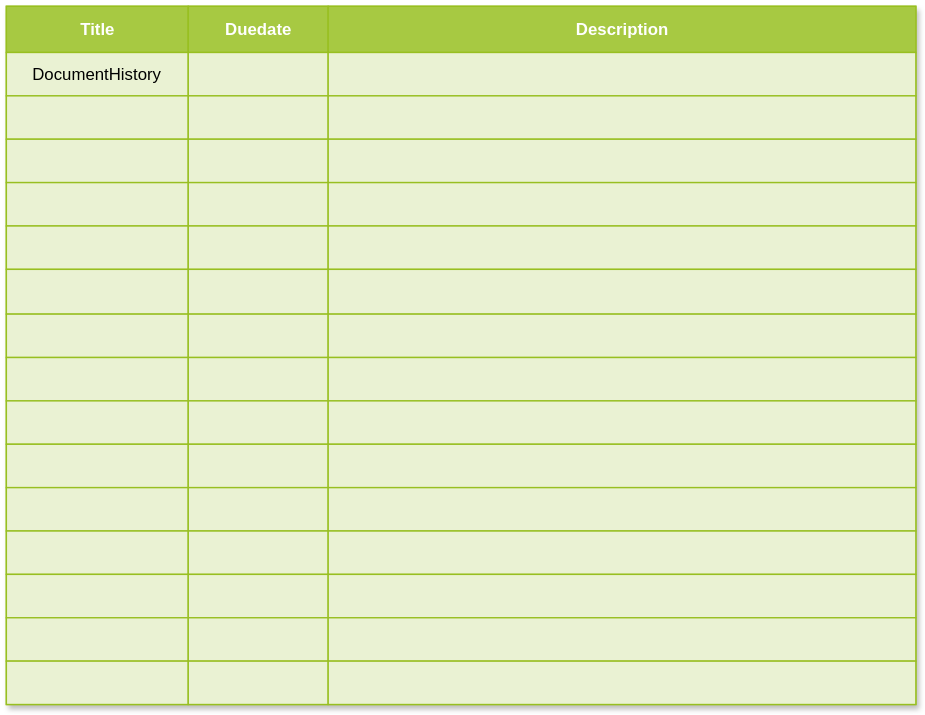
The draw.io diagram documents/Planner.svg in cjungwo/CommUni, before a commit. Source tidied: cells renumbered, new cells last; positions are measured from the earlier drawing's top-left corner, leaving out a move shared by most shapes.
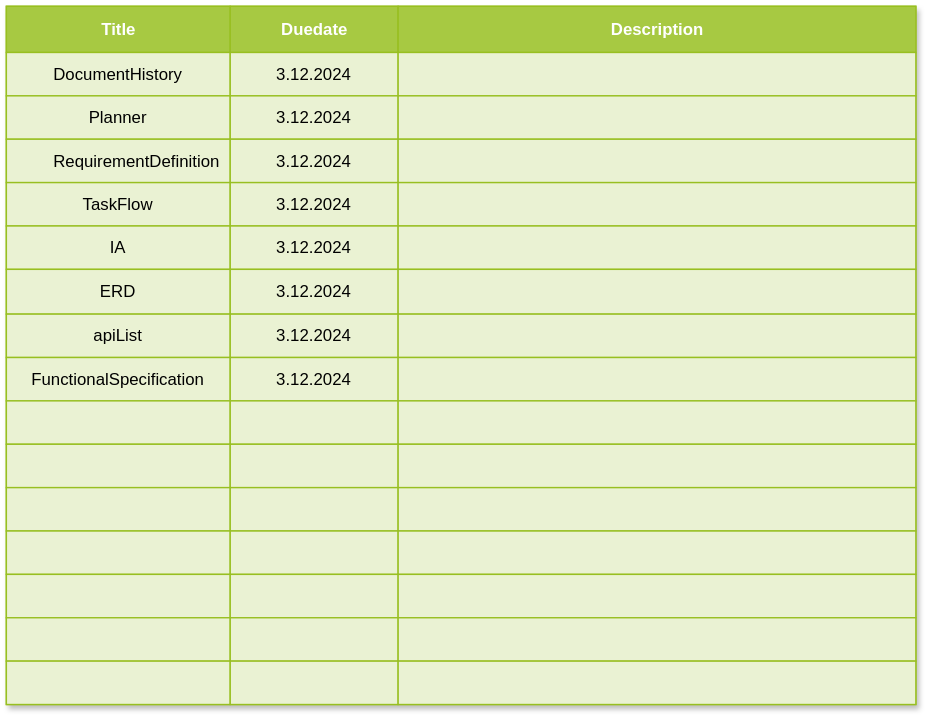
After the commit.

What changed in the source:
```diff
@@ -9,193 +9,193 @@
       <mxGeometry width="650" height="33" as="geometry" />
     </mxCell>
     <mxCell id="4" value="Title" style="strokeColor=inherit;fillColor=#A7C942;align=center;fontStyle=1;fontColor=#FFFFFF;html=1;" parent="3" vertex="1">
-      <mxGeometry width="130" height="33" as="geometry" />
+      <mxGeometry width="160" height="33" as="geometry" />
     </mxCell>
     <mxCell id="5" value="Duedate" style="strokeColor=inherit;fillColor=#A7C942;align=center;fontStyle=1;fontColor=#FFFFFF;html=1;" parent="3" vertex="1">
-      <mxGeometry x="130" width="100" height="33" as="geometry" />
+      <mxGeometry x="160" width="120" height="33" as="geometry" />
     </mxCell>
     <mxCell id="6" value="Description" style="strokeColor=inherit;fillColor=#A7C942;align=center;fontStyle=1;fontColor=#FFFFFF;html=1;" parent="3" vertex="1">
-      <mxGeometry x="230" width="420" height="33" as="geometry" />
+      <mxGeometry x="280" width="370" height="33" as="geometry" />
     </mxCell>
     <mxCell id="7" style="shape=tableRow;horizontal=0;startSize=0;swimlaneHead=0;swimlaneBody=0;top=0;left=0;bottom=0;right=0;fontStyle=1;strokeColor=inherit;fillColor=#EAF2D3;" parent="2" vertex="1">
       <mxGeometry y="33" width="650" height="31" as="geometry" />
     </mxCell>
     <mxCell id="8" value="DocumentHistory" style="strokeColor=inherit;fillColor=inherit;whiteSpace=wrap;html=1;" parent="7" vertex="1">
-      <mxGeometry width="130" height="31" as="geometry" />
+      <mxGeometry width="160" height="31" as="geometry" />
     </mxCell>
-    <mxCell id="9" style="strokeColor=inherit;fillColor=inherit;whiteSpace=wrap;html=1;" parent="7" vertex="1">
-      <mxGeometry x="130" width="100" height="31" as="geometry" />
+    <mxCell id="9" value="3.12.2024" style="strokeColor=inherit;fillColor=inherit;whiteSpace=wrap;html=1;" parent="7" vertex="1">
+      <mxGeometry x="160" width="120" height="31" as="geometry" />
     </mxCell>
     <mxCell id="10" style="strokeColor=inherit;fillColor=inherit;whiteSpace=wrap;html=1;" parent="7" vertex="1">
-      <mxGeometry x="230" width="420" height="31" as="geometry" />
+      <mxGeometry x="280" width="370" height="31" as="geometry" />
     </mxCell>
     <mxCell id="11" style="shape=tableRow;horizontal=0;startSize=0;swimlaneHead=0;swimlaneBody=0;top=0;left=0;bottom=0;right=0;fontStyle=1;strokeColor=inherit;fillColor=#EAF2D3;" parent="2" vertex="1">
       <mxGeometry y="64" width="650" height="31" as="geometry" />
     </mxCell>
-    <mxCell id="12" style="strokeColor=inherit;fillColor=inherit;whiteSpace=wrap;html=1;" parent="11" vertex="1">
-      <mxGeometry width="130" height="31" as="geometry" />
+    <mxCell id="12" value="Planner" style="strokeColor=inherit;fillColor=inherit;whiteSpace=wrap;html=1;" parent="11" vertex="1">
+      <mxGeometry width="160" height="31" as="geometry" />
     </mxCell>
-    <mxCell id="13" style="strokeColor=inherit;fillColor=inherit;whiteSpace=wrap;html=1;" parent="11" vertex="1">
-      <mxGeometry x="130" width="100" height="31" as="geometry" />
+    <mxCell id="13" value="3.12.2024" style="strokeColor=inherit;fillColor=inherit;whiteSpace=wrap;html=1;" parent="11" vertex="1">
+      <mxGeometry x="160" width="120" height="31" as="geometry" />
     </mxCell>
     <mxCell id="14" style="strokeColor=inherit;fillColor=inherit;whiteSpace=wrap;html=1;" parent="11" vertex="1">
-      <mxGeometry x="230" width="420" height="31" as="geometry" />
+      <mxGeometry x="280" width="370" height="31" as="geometry" />
     </mxCell>
     <mxCell id="15" style="shape=tableRow;horizontal=0;startSize=0;swimlaneHead=0;swimlaneBody=0;top=0;left=0;bottom=0;right=0;fontStyle=1;strokeColor=inherit;fillColor=#EAF2D3;" parent="2" vertex="1">
       <mxGeometry y="95" width="650" height="31" as="geometry" />
     </mxCell>
-    <mxCell id="16" style="strokeColor=inherit;fillColor=inherit;whiteSpace=wrap;html=1;" parent="15" vertex="1">
-      <mxGeometry width="130" height="31" as="geometry" />
+    <mxCell id="16" value="&lt;span style=&quot;white-space: pre;&quot;&gt;&#9;RequirementDefinition&lt;/span&gt;" style="strokeColor=inherit;fillColor=inherit;whiteSpace=wrap;html=1;" parent="15" vertex="1">
+      <mxGeometry width="160" height="31" as="geometry" />
     </mxCell>
-    <mxCell id="17" style="strokeColor=inherit;fillColor=inherit;whiteSpace=wrap;html=1;" parent="15" vertex="1">
-      <mxGeometry x="130" width="100" height="31" as="geometry" />
+    <mxCell id="17" value="3.12.2024" style="strokeColor=inherit;fillColor=inherit;whiteSpace=wrap;html=1;" parent="15" vertex="1">
+      <mxGeometry x="160" width="120" height="31" as="geometry" />
     </mxCell>
     <mxCell id="18" style="strokeColor=inherit;fillColor=inherit;whiteSpace=wrap;html=1;" parent="15" vertex="1">
-      <mxGeometry x="230" width="420" height="31" as="geometry" />
+      <mxGeometry x="280" width="370" height="31" as="geometry" />
     </mxCell>
     <mxCell id="19" style="shape=tableRow;horizontal=0;startSize=0;swimlaneHead=0;swimlaneBody=0;top=0;left=0;bottom=0;right=0;fontStyle=1;strokeColor=inherit;fillColor=#EAF2D3;" parent="2" vertex="1">
       <mxGeometry y="126" width="650" height="31" as="geometry" />
     </mxCell>
-    <mxCell id="20" style="strokeColor=inherit;fillColor=inherit;whiteSpace=wrap;html=1;" parent="19" vertex="1">
-      <mxGeometry width="130" height="31" as="geometry" />
+    <mxCell id="20" value="TaskFlow" style="strokeColor=inherit;fillColor=inherit;whiteSpace=wrap;html=1;" parent="19" vertex="1">
+      <mxGeometry width="160" height="31" as="geometry" />
     </mxCell>
-    <mxCell id="21" style="strokeColor=inherit;fillColor=inherit;whiteSpace=wrap;html=1;" parent="19" vertex="1">
-      <mxGeometry x="130" width="100" height="31" as="geometry" />
+    <mxCell id="21" value="3.12.2024" style="strokeColor=inherit;fillColor=inherit;whiteSpace=wrap;html=1;" parent="19" vertex="1">
+      <mxGeometry x="160" width="120" height="31" as="geometry" />
     </mxCell>
     <mxCell id="22" style="strokeColor=inherit;fillColor=inherit;whiteSpace=wrap;html=1;" parent="19" vertex="1">
-      <mxGeometry x="230" width="420" height="31" as="geometry" />
+      <mxGeometry x="280" width="370" height="31" as="geometry" />
     </mxCell>
     <mxCell id="23" style="shape=tableRow;horizontal=0;startSize=0;swimlaneHead=0;swimlaneBody=0;top=0;left=0;bottom=0;right=0;fontStyle=1;strokeColor=inherit;fillColor=#EAF2D3;" parent="2" vertex="1">
       <mxGeometry y="157" width="650" height="31" as="geometry" />
     </mxCell>
-    <mxCell id="24" style="strokeColor=inherit;fillColor=inherit;whiteSpace=wrap;html=1;" parent="23" vertex="1">
-      <mxGeometry width="130" height="31" as="geometry" />
+    <mxCell id="24" value="IA" style="strokeColor=inherit;fillColor=inherit;whiteSpace=wrap;html=1;" parent="23" vertex="1">
+      <mxGeometry width="160" height="31" as="geometry" />
     </mxCell>
-    <mxCell id="25" style="strokeColor=inherit;fillColor=inherit;whiteSpace=wrap;html=1;" parent="23" vertex="1">
-      <mxGeometry x="130" width="100" height="31" as="geometry" />
+    <mxCell id="25" value="3.12.2024" style="strokeColor=inherit;fillColor=inherit;whiteSpace=wrap;html=1;" parent="23" vertex="1">
+      <mxGeometry x="160" width="120" height="31" as="geometry" />
     </mxCell>
     <mxCell id="26" style="strokeColor=inherit;fillColor=inherit;whiteSpace=wrap;html=1;" parent="23" vertex="1">
-      <mxGeometry x="230" width="420" height="31" as="geometry" />
+      <mxGeometry x="280" width="370" height="31" as="geometry" />
     </mxCell>
     <mxCell id="27" style="shape=tableRow;horizontal=0;startSize=0;swimlaneHead=0;swimlaneBody=0;top=0;left=0;bottom=0;right=0;fontStyle=1;strokeColor=inherit;fillColor=#EAF2D3;" parent="2" vertex="1">
       <mxGeometry y="188" width="650" height="32" as="geometry" />
     </mxCell>
-    <mxCell id="28" style="strokeColor=inherit;fillColor=inherit;whiteSpace=wrap;html=1;" parent="27" vertex="1">
-      <mxGeometry width="130" height="32" as="geometry" />
+    <mxCell id="28" value="ERD" style="strokeColor=inherit;fillColor=inherit;whiteSpace=wrap;html=1;" parent="27" vertex="1">
+      <mxGeometry width="160" height="32" as="geometry" />
     </mxCell>
-    <mxCell id="29" style="strokeColor=inherit;fillColor=inherit;whiteSpace=wrap;html=1;" parent="27" vertex="1">
-      <mxGeometry x="130" width="100" height="32" as="geometry" />
+    <mxCell id="29" value="3.12.2024" style="strokeColor=inherit;fillColor=inherit;whiteSpace=wrap;html=1;" parent="27" vertex="1">
+      <mxGeometry x="160" width="120" height="32" as="geometry" />
     </mxCell>
     <mxCell id="30" style="strokeColor=inherit;fillColor=inherit;whiteSpace=wrap;html=1;" parent="27" vertex="1">
-      <mxGeometry x="230" width="420" height="32" as="geometry" />
+      <mxGeometry x="280" width="370" height="32" as="geometry" />
     </mxCell>
     <mxCell id="31" style="shape=tableRow;horizontal=0;startSize=0;swimlaneHead=0;swimlaneBody=0;top=0;left=0;bottom=0;right=0;fontStyle=1;strokeColor=inherit;fillColor=#EAF2D3;" parent="2" vertex="1">
       <mxGeometry y="220" width="650" height="31" as="geometry" />
     </mxCell>
-    <mxCell id="32" style="strokeColor=inherit;fillColor=inherit;whiteSpace=wrap;html=1;" parent="31" vertex="1">
-      <mxGeometry width="130" height="31" as="geometry" />
+    <mxCell id="32" value="apiList" style="strokeColor=inherit;fillColor=inherit;whiteSpace=wrap;html=1;" parent="31" vertex="1">
+      <mxGeometry width="160" height="31" as="geometry" />
     </mxCell>
-    <mxCell id="33" style="strokeColor=inherit;fillColor=inherit;whiteSpace=wrap;html=1;" parent="31" vertex="1">
-      <mxGeometry x="130" width="100" height="31" as="geometry" />
+    <mxCell id="33" value="3.12.2024" style="strokeColor=inherit;fillColor=inherit;whiteSpace=wrap;html=1;" parent="31" vertex="1">
+      <mxGeometry x="160" width="120" height="31" as="geometry" />
     </mxCell>
     <mxCell id="34" style="strokeColor=inherit;fillColor=inherit;whiteSpace=wrap;html=1;" parent="31" vertex="1">
-      <mxGeometry x="230" width="420" height="31" as="geometry" />
+      <mxGeometry x="280" width="370" height="31" as="geometry" />
     </mxCell>
     <mxCell id="35" style="shape=tableRow;horizontal=0;startSize=0;swimlaneHead=0;swimlaneBody=0;top=0;left=0;bottom=0;right=0;fontStyle=1;strokeColor=inherit;fillColor=#EAF2D3;" parent="2" vertex="1">
       <mxGeometry y="251" width="650" height="31" as="geometry" />
     </mxCell>
-    <mxCell id="36" style="strokeColor=inherit;fillColor=inherit;whiteSpace=wrap;html=1;" parent="35" vertex="1">
-      <mxGeometry width="130" height="31" as="geometry" />
+    <mxCell id="36" value="FunctionalSpecification" style="strokeColor=inherit;fillColor=inherit;whiteSpace=wrap;html=1;" parent="35" vertex="1">
+      <mxGeometry width="160" height="31" as="geometry" />
     </mxCell>
-    <mxCell id="37" style="strokeColor=inherit;fillColor=inherit;whiteSpace=wrap;html=1;" parent="35" vertex="1">
-      <mxGeometry x="130" width="100" height="31" as="geometry" />
+    <mxCell id="37" value="3.12.2024" style="strokeColor=inherit;fillColor=inherit;whiteSpace=wrap;html=1;" parent="35" vertex="1">
+      <mxGeometry x="160" width="120" height="31" as="geometry" />
     </mxCell>
     <mxCell id="38" style="strokeColor=inherit;fillColor=inherit;whiteSpace=wrap;html=1;" parent="35" vertex="1">
-      <mxGeometry x="230" width="420" height="31" as="geometry" />
+      <mxGeometry x="280" width="370" height="31" as="geometry" />
     </mxCell>
     <mxCell id="39" style="shape=tableRow;horizontal=0;startSize=0;swimlaneHead=0;swimlaneBody=0;top=0;left=0;bottom=0;right=0;fontStyle=1;strokeColor=inherit;fillColor=#EAF2D3;" parent="2" vertex="1">
       <mxGeometry y="282" width="650" height="31" as="geometry" />
     </mxCell>
     <mxCell id="40" style="strokeColor=inherit;fillColor=inherit;whiteSpace=wrap;html=1;" parent="39" vertex="1">
-      <mxGeometry width="130" height="31" as="geometry" />
+      <mxGeometry width="160" height="31" as="geometry" />
     </mxCell>
     <mxCell id="41" style="strokeColor=inherit;fillColor=inherit;whiteSpace=wrap;html=1;" parent="39" vertex="1">
-      <mxGeometry x="130" width="100" height="31" as="geometry" />
+      <mxGeometry x="160" width="120" height="31" as="geometry" />
     </mxCell>
     <mxCell id="42" style="strokeColor=inherit;fillColor=inherit;whiteSpace=wrap;html=1;" parent="39" vertex="1">
-      <mxGeometry x="230" width="420" height="31" as="geometry" />
+      <mxGeometry x="280" width="370" height="31" as="geometry" />
     </mxCell>
     <mxCell id="43" style="shape=tableRow;horizontal=0;startSize=0;swimlaneHead=0;swimlaneBody=0;top=0;left=0;bottom=0;right=0;fontStyle=1;strokeColor=inherit;fillColor=#EAF2D3;" parent="2" vertex="1">
       <mxGeometry y="313" width="650" height="31" as="geometry" />
     </mxCell>
     <mxCell id="44" style="strokeColor=inherit;fillColor=inherit;whiteSpace=wrap;html=1;" parent="43" vertex="1">
-      <mxGeometry width="130" height="31" as="geometry" />
+      <mxGeometry width="160" height="31" as="geometry" />
     </mxCell>
     <mxCell id="45" style="strokeColor=inherit;fillColor=inherit;whiteSpace=wrap;html=1;" parent="43" vertex="1">
-      <mxGeometry x="130" width="100" height="31" as="geometry" />
+      <mxGeometry x="160" width="120" height="31" as="geometry" />
     </mxCell>
     <mxCell id="46" style="strokeColor=inherit;fillColor=inherit;whiteSpace=wrap;html=1;" parent="43" vertex="1">
-      <mxGeometry x="230" width="420" height="31" as="geometry" />
+      <mxGeometry x="280" width="370" height="31" as="geometry" />
     </mxCell>
     <mxCell id="47" style="shape=tableRow;horizontal=0;startSize=0;swimlaneHead=0;swimlaneBody=0;top=0;left=0;bottom=0;right=0;fontStyle=1;strokeColor=inherit;fillColor=#EAF2D3;" parent="2" vertex="1">
       <mxGeometry y="344" width="650" height="31" as="geometry" />
     </mxCell>
     <mxCell id="48" style="strokeColor=inherit;fillColor=inherit;whiteSpace=wrap;html=1;" parent="47" vertex="1">
-      <mxGeometry width="130" height="31" as="geometry" />
+      <mxGeometry width="160" height="31" as="geometry" />
     </mxCell>
     <mxCell id="49" style="strokeColor=inherit;fillColor=inherit;whiteSpace=wrap;html=1;" parent="47" vertex="1">
-      <mxGeometry x="130" width="100" height="31" as="geometry" />
+      <mxGeometry x="160" width="120" height="31" as="geometry" />
     </mxCell>
     <mxCell id="50" style="strokeColor=inherit;fillColor=inherit;whiteSpace=wrap;html=1;" parent="47" vertex="1">
-      <mxGeometry x="230" width="420" height="31" as="geometry" />
+      <mxGeometry x="280" width="370" height="31" as="geometry" />
     </mxCell>
     <mxCell id="51" style="shape=tableRow;horizontal=0;startSize=0;swimlaneHead=0;swimlaneBody=0;top=0;left=0;bottom=0;right=0;fontStyle=1;strokeColor=inherit;fillColor=#EAF2D3;" parent="2" vertex="1">
       <mxGeometry y="375" width="650" height="31" as="geometry" />
     </mxCell>
     <mxCell id="52" style="strokeColor=inherit;fillColor=inherit;whiteSpace=wrap;html=1;" parent="51" vertex="1">
-      <mxGeometry width="130" height="31" as="geometry" />
+      <mxGeometry width="160" height="31" as="geometry" />
     </mxCell>
     <mxCell id="53" style="strokeColor=inherit;fillColor=inherit;whiteSpace=wrap;html=1;" parent="51" vertex="1">
-      <mxGeometry x="130" width="100" height="31" as="geometry" />
+      <mxGeometry x="160" width="120" height="31" as="geometry" />
     </mxCell>
     <mxCell id="54" style="strokeColor=inherit;fillColor=inherit;whiteSpace=wrap;html=1;" parent="51" vertex="1">
-      <mxGeometry x="230" width="420" height="31" as="geometry" />
+      <mxGeometry x="280" width="370" height="31" as="geometry" />
     </mxCell>
     <mxCell id="55" style="shape=tableRow;horizontal=0;startSize=0;swimlaneHead=0;swimlaneBody=0;top=0;left=0;bottom=0;right=0;fontStyle=1;strokeColor=inherit;fillColor=#EAF2D3;" parent="2" vertex="1">
       <mxGeometry y="406" width="650" height="31" as="geometry" />
     </mxCell>
     <mxCell id="56" style="strokeColor=inherit;fillColor=inherit;whiteSpace=wrap;html=1;" parent="55" vertex="1">
-      <mxGeometry width="130" height="31" as="geometry" />
+      <mxGeometry width="160" height="31" as="geometry" />
     </mxCell>
     <mxCell id="57" style="strokeColor=inherit;fillColor=inherit;whiteSpace=wrap;html=1;" parent="55" vertex="1">
-      <mxGeometry x="130" width="100" height="31" as="geometry" />
+      <mxGeometry x="160" width="120" height="31" as="geometry" />
     </mxCell>
     <mxCell id="58" style="strokeColor=inherit;fillColor=inherit;whiteSpace=wrap;html=1;" parent="55" vertex="1">
-      <mxGeometry x="230" width="420" height="31" as="geometry" />
+      <mxGeometry x="280" width="370" height="31" as="geometry" />
     </mxCell>
     <mxCell id="59" style="shape=tableRow;horizontal=0;startSize=0;swimlaneHead=0;swimlaneBody=0;top=0;left=0;bottom=0;right=0;fontStyle=1;strokeColor=inherit;fillColor=#EAF2D3;" parent="2" vertex="1">
       <mxGeometry y="437" width="650" height="31" as="geometry" />
     </mxCell>
     <mxCell id="60" style="strokeColor=inherit;fillColor=inherit;whiteSpace=wrap;html=1;" parent="59" vertex="1">
-      <mxGeometry width="130" height="31" as="geometry" />
+      <mxGeometry width="160" height="31" as="geometry" />
     </mxCell>
     <mxCell id="61" style="strokeColor=inherit;fillColor=inherit;whiteSpace=wrap;html=1;" parent="59" vertex="1">
-      <mxGeometry x="130" width="100" height="31" as="geometry" />
+      <mxGeometry x="160" width="120" height="31" as="geometry" />
     </mxCell>
     <mxCell id="62" style="strokeColor=inherit;fillColor=inherit;whiteSpace=wrap;html=1;" parent="59" vertex="1">
-      <mxGeometry x="230" width="420" height="31" as="geometry" />
+      <mxGeometry x="280" width="370" height="31" as="geometry" />
     </mxCell>
     <mxCell id="63" style="shape=tableRow;horizontal=0;startSize=0;swimlaneHead=0;swimlaneBody=0;top=0;left=0;bottom=0;right=0;fontStyle=1;strokeColor=inherit;fillColor=#EAF2D3;" parent="2" vertex="1">
       <mxGeometry y="468" width="650" height="31" as="geometry" />
     </mxCell>
     <mxCell id="64" style="strokeColor=inherit;fillColor=inherit;whiteSpace=wrap;html=1;" parent="63" vertex="1">
-      <mxGeometry width="130" height="31" as="geometry" />
+      <mxGeometry width="160" height="31" as="geometry" />
     </mxCell>
     <mxCell id="65" style="strokeColor=inherit;fillColor=inherit;whiteSpace=wrap;html=1;" parent="63" vertex="1">
-      <mxGeometry x="130" width="100" height="31" as="geometry" />
+      <mxGeometry x="160" width="120" height="31" as="geometry" />
     </mxCell>
     <mxCell id="66" style="strokeColor=inherit;fillColor=inherit;whiteSpace=wrap;html=1;" parent="63" vertex="1">
-      <mxGeometry x="230" width="420" height="31" as="geometry" />
+      <mxGeometry x="280" width="370" height="31" as="geometry" />
     </mxCell>
   </root>
 </mxGraphModel>
```
